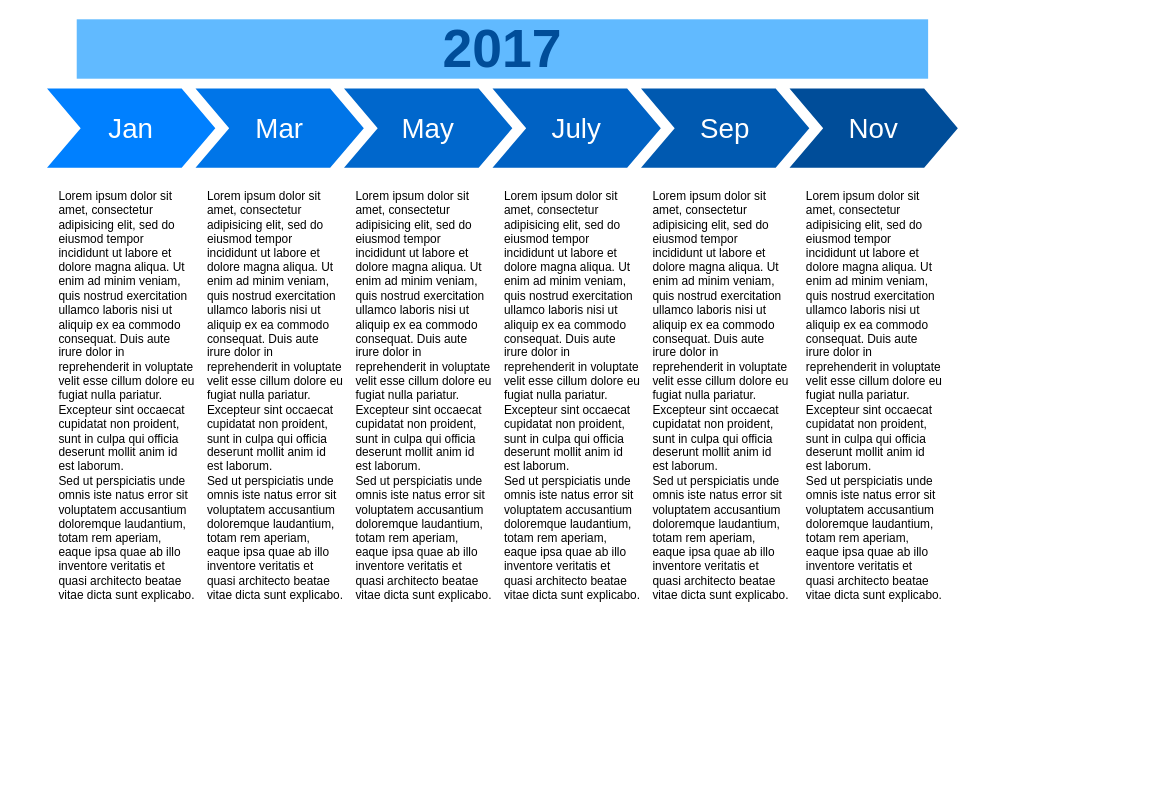
kiethoang1411/PasswordManager keeps this draw.io diagram as Untitled Diagram.drawio. Above is the earlier version. Source tidied: cells renumbered, new cells numbered last; positions are measured from the earlier drawing's top-left corner, leaving out a move shared by most shapes. Both pictures are drawn from the tidied source at 99%, with x=0, y=0 at pixel (47, 19).
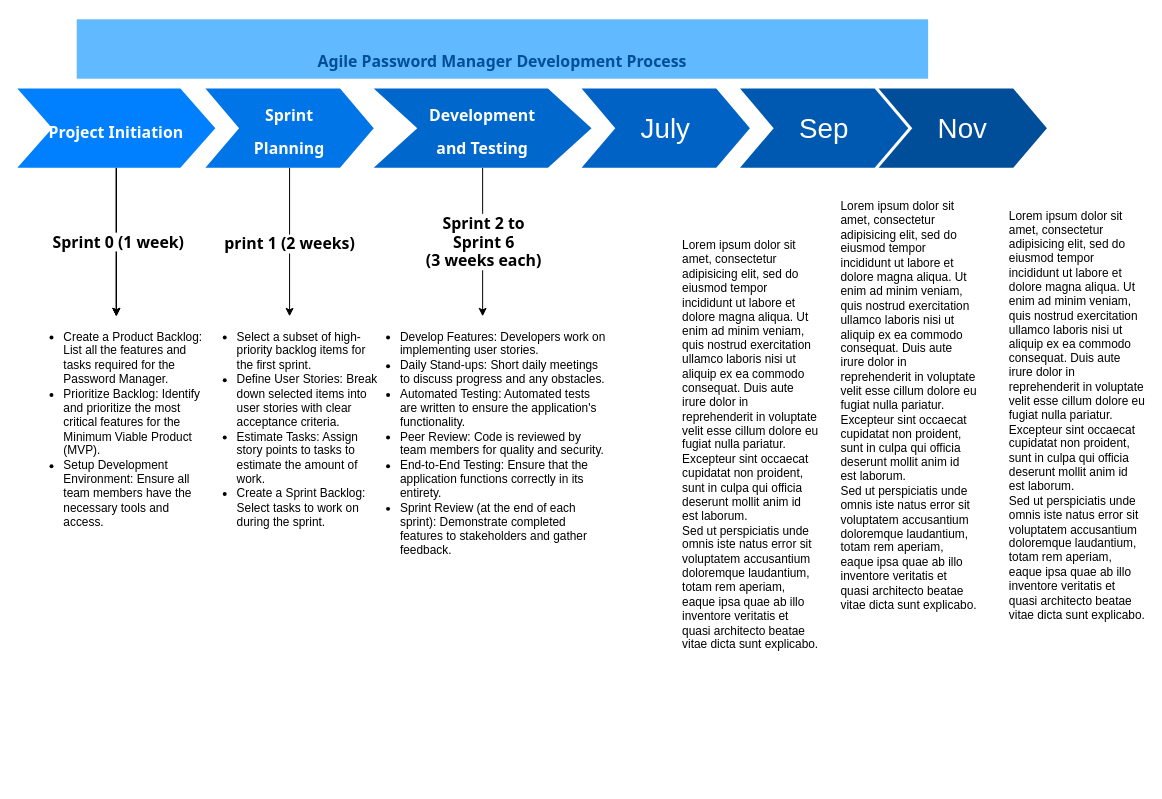
After the change.

Change to the diagram source:
```diff
@@
+    <mxCell id="15" style="edgeStyle=orthogonalEdgeStyle;rounded=0;jettySize=auto;html=1;" parent="1" edge="1" source="2" target="9">
+      <mxGeometry relative="1" as="geometry" />
+    </mxCell>
+    <mxCell id="16" style="edgeStyle=orthogonalEdgeStyle;rounded=0;jettySize=auto;html=1;" parent="1" edge="1" source="2" target="9">
+      <mxGeometry relative="1" as="geometry" />
+    </mxCell>
+    <mxCell id="17" style="edgeStyle=orthogonalEdgeStyle;rounded=0;jettySize=auto;html=1;" parent="1" edge="1" source="2" target="9">
+      <mxGeometry relative="1" as="geometry" />
+    </mxCell>
+    <mxCell id="18" value="&lt;strong style=&quot;font-size: 16px; border: 0px solid rgb(217, 217, 227); box-sizing: border-box; margin-top: 1.25em; font-family: Söhne, ui-sans-serif, system-ui, -apple-system, &amp;quot;Segoe UI&amp;quot;, Roboto, Ubuntu, Cantarell, &amp;quot;Noto Sans&amp;quot;, sans-serif, &amp;quot;Helvetica Neue&amp;quot;, Arial, &amp;quot;Apple Color Emoji&amp;quot;, &amp;quot;Segoe UI Emoji&amp;quot;, &amp;quot;Segoe UI Symbol&amp;quot;, &amp;quot;Noto Color Emoji&amp;quot;; text-align: left;&quot;&gt;Sprint 0 (1 week)&lt;/strong&gt;" style="edgeLabel;html=1;align=center;verticalAlign=middle;" parent="17" vertex="1">
+      <mxGeometry x="-0.02" y="1" relative="1" as="geometry" />
+    </mxCell>
-    <mxCell id="2" value="Jan" style="shape=step;whiteSpace=wrap;html=1;fontSize=28;fillColor=#0080FF;fontColor=#FFFFFF;strokeColor=none;" parent="1" vertex="1">
-      <mxGeometry y="70" width="170" height="80" as="geometry" />
+    <mxCell id="2" value="&lt;strong style=&quot;caret-color: rgb(0, 0, 0); font-size: 16px; text-align: start; border: 0px solid rgb(217, 217, 227); box-sizing: border-box; font-family: Söhne, ui-sans-serif, system-ui, -apple-system, &amp;quot;Segoe UI&amp;quot;, Roboto, Ubuntu, Cantarell, &amp;quot;Noto Sans&amp;quot;, sans-serif, &amp;quot;Helvetica Neue&amp;quot;, Arial, &amp;quot;Apple Color Emoji&amp;quot;, &amp;quot;Segoe UI Emoji&amp;quot;, &amp;quot;Segoe UI Symbol&amp;quot;, &amp;quot;Noto Color Emoji&amp;quot;;&quot;&gt;Project Initiation&lt;/strong&gt;" style="shape=step;whiteSpace=wrap;html=1;fontSize=28;fillColor=#0080FF;fontColor=#FFFFFF;strokeColor=none;size=0.17647058823529413;" parent="1" vertex="1">
+      <mxGeometry x="-30" y="70" width="200" height="80" as="geometry" />
     </mxCell>
+    <mxCell id="19" style="edgeStyle=orthogonalEdgeStyle;rounded=0;jettySize=auto;html=1;" parent="1" edge="1" source="3" target="10">
+      <mxGeometry relative="1" as="geometry" />
+    </mxCell>
+    <mxCell id="20" value="&lt;strong style=&quot;font-size: 16px; border: 0px solid rgb(217, 217, 227); box-sizing: border-box; margin-top: 1.25em; font-family: Söhne, ui-sans-serif, system-ui, -apple-system, &amp;quot;Segoe UI&amp;quot;, Roboto, Ubuntu, Cantarell, &amp;quot;Noto Sans&amp;quot;, sans-serif, &amp;quot;Helvetica Neue&amp;quot;, Arial, &amp;quot;Apple Color Emoji&amp;quot;, &amp;quot;Segoe UI Emoji&amp;quot;, &amp;quot;Segoe UI Symbol&amp;quot;, &amp;quot;Noto Color Emoji&amp;quot;; text-align: left;&quot;&gt;print 1 (2 weeks)&lt;/strong&gt;" style="edgeLabel;html=1;align=center;verticalAlign=middle;" parent="19" vertex="1">
+      <mxGeometry x="0.01" y="-1" relative="1" as="geometry" />
+    </mxCell>
-    <mxCell id="3" value="Mar" style="shape=step;whiteSpace=wrap;html=1;fontSize=28;fillColor=#0075E8;fontColor=#FFFFFF;strokeColor=none;" parent="1" vertex="1">
-      <mxGeometry x="150" y="70" width="170" height="80" as="geometry" />
+    <mxCell id="3" value="&lt;strong style=&quot;caret-color: rgb(0, 0, 0); font-size: 16px; text-align: start; border: 0px solid rgb(217, 217, 227); box-sizing: border-box; font-family: Söhne, ui-sans-serif, system-ui, -apple-system, &amp;quot;Segoe UI&amp;quot;, Roboto, Ubuntu, Cantarell, &amp;quot;Noto Sans&amp;quot;, sans-serif, &amp;quot;Helvetica Neue&amp;quot;, Arial, &amp;quot;Apple Color Emoji&amp;quot;, &amp;quot;Segoe UI Emoji&amp;quot;, &amp;quot;Segoe UI Symbol&amp;quot;, &amp;quot;Noto Color Emoji&amp;quot;;&quot;&gt;Sprint &lt;br&gt;Planning&lt;/strong&gt;" style="shape=step;whiteSpace=wrap;html=1;fontSize=28;fillColor=#0075E8;fontColor=#FFFFFF;strokeColor=none;" parent="1" vertex="1">
+      <mxGeometry x="160" y="70" width="170" height="80" as="geometry" />
     </mxCell>
+    <mxCell id="21" style="edgeStyle=orthogonalEdgeStyle;rounded=0;jettySize=auto;html=1;exitX=0.5;exitY=1;exitDx=0;exitDy=0;entryX=0.5;entryY=0;entryDx=0;entryDy=0;" parent="1" edge="1" source="4" target="11">
+      <mxGeometry relative="1" as="geometry" />
+    </mxCell>
+    <mxCell id="22" value="&lt;strong style=&quot;font-size: 16px; border: 0px solid rgb(217, 217, 227); box-sizing: border-box; margin-top: 1.25em; font-family: Söhne, ui-sans-serif, system-ui, -apple-system, &amp;quot;Segoe UI&amp;quot;, Roboto, Ubuntu, Cantarell, &amp;quot;Noto Sans&amp;quot;, sans-serif, &amp;quot;Helvetica Neue&amp;quot;, Arial, &amp;quot;Apple Color Emoji&amp;quot;, &amp;quot;Segoe UI Emoji&amp;quot;, &amp;quot;Segoe UI Symbol&amp;quot;, &amp;quot;Noto Color Emoji&amp;quot;; text-align: left;&quot;&gt;Sprint 2 to &lt;br&gt;Sprint 6 &lt;br&gt;(3 weeks each)&lt;/strong&gt;" style="edgeLabel;html=1;align=center;verticalAlign=middle;" parent="21" vertex="1">
+      <mxGeometry x="-0.02" relative="1" as="geometry" />
+    </mxCell>
-    <mxCell id="4" value="May" style="shape=step;whiteSpace=wrap;html=1;fontSize=28;fillColor=#0067CC;fontColor=#FFFFFF;strokeColor=none;" parent="1" vertex="1">
-      <mxGeometry x="300" y="70" width="170" height="80" as="geometry" />
+    <mxCell id="4" value="&lt;strong style=&quot;caret-color: rgb(0, 0, 0); font-size: 16px; text-align: start; border: 0px solid rgb(217, 217, 227); box-sizing: border-box; font-family: Söhne, ui-sans-serif, system-ui, -apple-system, &amp;quot;Segoe UI&amp;quot;, Roboto, Ubuntu, Cantarell, &amp;quot;Noto Sans&amp;quot;, sans-serif, &amp;quot;Helvetica Neue&amp;quot;, Arial, &amp;quot;Apple Color Emoji&amp;quot;, &amp;quot;Segoe UI Emoji&amp;quot;, &amp;quot;Segoe UI Symbol&amp;quot;, &amp;quot;Noto Color Emoji&amp;quot;;&quot;&gt;Development &lt;br&gt;and Testing&lt;/strong&gt;" style="shape=step;whiteSpace=wrap;html=1;fontSize=28;fillColor=#0067CC;fontColor=#FFFFFF;strokeColor=none;" parent="1" vertex="1">
+      <mxGeometry x="330" y="70" width="220" height="80" as="geometry" />
     </mxCell>
     <mxCell id="5" value="July" style="shape=step;whiteSpace=wrap;html=1;fontSize=28;fillColor=#0062C4;fontColor=#FFFFFF;strokeColor=none;" parent="1" vertex="1">
-      <mxGeometry x="450" y="70" width="170" height="80" as="geometry" />
+      <mxGeometry x="540" y="70" width="170" height="80" as="geometry" />
     </mxCell>
     <mxCell id="6" value="Sep" style="shape=step;whiteSpace=wrap;html=1;fontSize=28;fillColor=#0059B0;fontColor=#FFFFFF;strokeColor=none;" parent="1" vertex="1">
-      <mxGeometry x="600" y="70" width="170" height="80" as="geometry" />
+      <mxGeometry x="700" y="70" width="170" height="80" as="geometry" />
     </mxCell>
     <mxCell id="7" value="Nov" style="shape=step;whiteSpace=wrap;html=1;fontSize=28;fillColor=#004D99;fontColor=#FFFFFF;strokeColor=none;" parent="1" vertex="1">
-      <mxGeometry x="750" y="70" width="170" height="80" as="geometry" />
+      <mxGeometry x="840" y="70" width="170" height="80" as="geometry" />
     </mxCell>
-    <mxCell id="8" value="2017" style="text;html=1;strokeColor=none;fillColor=#61BAFF;align=center;verticalAlign=middle;whiteSpace=wrap;fontSize=54;fontStyle=1;fontColor=#004D99;" parent="1" vertex="1">
+    <mxCell id="8" value="&lt;strong style=&quot;caret-color: rgb(0, 0, 0); font-size: 16px; text-align: start; border: 0px solid rgb(217, 217, 227); box-sizing: border-box; font-family: Söhne, ui-sans-serif, system-ui, -apple-system, &amp;quot;Segoe UI&amp;quot;, Roboto, Ubuntu, Cantarell, &amp;quot;Noto Sans&amp;quot;, sans-serif, &amp;quot;Helvetica Neue&amp;quot;, Arial, &amp;quot;Apple Color Emoji&amp;quot;, &amp;quot;Segoe UI Emoji&amp;quot;, &amp;quot;Segoe UI Symbol&amp;quot;, &amp;quot;Noto Color Emoji&amp;quot;;&quot;&gt;Agile Password Manager Development Process&lt;/strong&gt;" style="text;html=1;strokeColor=none;fillColor=#61BAFF;align=center;verticalAlign=middle;whiteSpace=wrap;fontSize=54;fontStyle=1;fontColor=#004D99;" parent="1" vertex="1">
       <mxGeometry x="30" width="860" height="60" as="geometry" />
     </mxCell>
-    <mxCell id="9" value="Lorem ipsum dolor sit amet, consectetur adipisicing elit, sed do eiusmod tempor incididunt ut labore et dolore magna aliqua. Ut enim ad minim veniam, quis nostrud exercitation ullamco laboris nisi ut aliquip ex ea commodo consequat. Duis aute irure dolor in reprehenderit in voluptate velit esse cillum dolore eu fugiat nulla pariatur. Excepteur sint occaecat cupidatat non proident, sunt in culpa qui officia deserunt mollit anim id est laborum.&lt;br&gt;Sed ut perspiciatis unde omnis iste natus error sit voluptatem accusantium doloremque laudantium, totam rem aperiam, eaque ipsa quae ab illo inventore veritatis et quasi architecto beatae vitae dicta sunt explicabo." style="text;spacingTop=-5;fillColor=#ffffff;whiteSpace=wrap;html=1;align=left;fontSize=12;fontFamily=Helvetica;fillColor=none;strokeColor=none;" parent="1" vertex="1">
-      <mxGeometry x="10" y="170" width="140" height="470" as="geometry" />
+    <mxCell id="9" value="&lt;div&gt;&lt;ul&gt;&lt;li&gt;Create a Product Backlog: List all the features and tasks required for the Password Manager.&lt;br&gt;&lt;/li&gt;&lt;li&gt;Prioritize Backlog: Identify and prioritize the most critical features for the Minimum Viable Product (MVP).&lt;br&gt;&lt;/li&gt;&lt;li&gt;Setup Development Environment: Ensure all team members have the necessary tools and access.&lt;br&gt;&lt;/li&gt;&lt;/ul&gt;&lt;/div&gt;" style="text;spacingTop=-5;fillColor=#ffffff;whiteSpace=wrap;html=1;align=left;fontSize=12;fontFamily=Helvetica;fillColor=none;strokeColor=none;" parent="1" vertex="1">
+      <mxGeometry x="-25" y="300" width="190" height="470" as="geometry" />
     </mxCell>
-    <mxCell id="10" value="Lorem ipsum dolor sit amet, consectetur adipisicing elit, sed do eiusmod tempor incididunt ut labore et dolore magna aliqua. Ut enim ad minim veniam, quis nostrud exercitation ullamco laboris nisi ut aliquip ex ea commodo consequat. Duis aute irure dolor in reprehenderit in voluptate velit esse cillum dolore eu fugiat nulla pariatur. Excepteur sint occaecat cupidatat non proident, sunt in culpa qui officia deserunt mollit anim id est laborum.&lt;br&gt;Sed ut perspiciatis unde omnis iste natus error sit voluptatem accusantium doloremque laudantium, totam rem aperiam, eaque ipsa quae ab illo inventore veritatis et quasi architecto beatae vitae dicta sunt explicabo." style="text;spacingTop=-5;fillColor=#ffffff;whiteSpace=wrap;html=1;align=left;fontSize=12;fontFamily=Helvetica;fillColor=none;strokeColor=none;" parent="1" vertex="1">
-      <mxGeometry x="160" y="170" width="140" height="470" as="geometry" />
+    <mxCell id="10" value="&lt;div&gt;&lt;ul&gt;&lt;li&gt;Select a subset of high-priority backlog items for the first sprint.&lt;br&gt;&lt;/li&gt;&lt;li&gt;Define User Stories: Break down selected items into user stories with clear acceptance criteria.&lt;br&gt;&lt;/li&gt;&lt;li&gt;Estimate Tasks: Assign story points to tasks to estimate the amount of work.&lt;br&gt;&lt;/li&gt;&lt;li&gt;Create a Sprint Backlog: Select tasks to work on during the sprint.&lt;br&gt;&lt;/li&gt;&lt;/ul&gt;&lt;/div&gt;" style="text;spacingTop=-5;fillColor=#ffffff;whiteSpace=wrap;html=1;align=left;fontSize=12;fontFamily=Helvetica;fillColor=none;strokeColor=none;" parent="1" vertex="1">
+      <mxGeometry x="150" y="300" width="190" height="410" as="geometry" />
     </mxCell>
-    <mxCell id="11" value="Lorem ipsum dolor sit amet, consectetur adipisicing elit, sed do eiusmod tempor incididunt ut labore et dolore magna aliqua. Ut enim ad minim veniam, quis nostrud exercitation ullamco laboris nisi ut aliquip ex ea commodo consequat. Duis aute irure dolor in reprehenderit in voluptate velit esse cillum dolore eu fugiat nulla pariatur. Excepteur sint occaecat cupidatat non proident, sunt in culpa qui officia deserunt mollit anim id est laborum.&lt;br&gt;Sed ut perspiciatis unde omnis iste natus error sit voluptatem accusantium doloremque laudantium, totam rem aperiam, eaque ipsa quae ab illo inventore veritatis et quasi architecto beatae vitae dicta sunt explicabo." style="text;spacingTop=-5;fillColor=#ffffff;whiteSpace=wrap;html=1;align=left;fontSize=12;fontFamily=Helvetica;fillColor=none;strokeColor=none;" parent="1" vertex="1">
-      <mxGeometry x="310" y="170" width="140" height="470" as="geometry" />
+    <mxCell id="11" value="&lt;div&gt;&lt;ul&gt;&lt;li&gt;Develop Features: Developers work on implementing user stories.&lt;br&gt;&lt;/li&gt;&lt;li&gt;Daily Stand-ups: Short daily meetings to discuss progress and any obstacles.&lt;br&gt;&lt;/li&gt;&lt;li&gt;Automated Testing: Automated tests are written to ensure the application's functionality.&lt;br&gt;&lt;/li&gt;&lt;li&gt;Peer Review: Code is reviewed by team members for quality and security.&lt;br&gt;&lt;/li&gt;&lt;li&gt;End-to-End Testing: Ensure that the application functions correctly in its entirety.&lt;br&gt;&lt;/li&gt;&lt;li&gt;Sprint Review (at the end of each sprint): Demonstrate completed features to stakeholders and gather feedback.&lt;br&gt;&lt;/li&gt;&lt;/ul&gt;&lt;/div&gt;" style="text;spacingTop=-5;fillColor=#ffffff;whiteSpace=wrap;html=1;align=left;fontSize=12;fontFamily=Helvetica;fillColor=none;strokeColor=none;" parent="1" vertex="1">
+      <mxGeometry x="315" y="300" width="250" height="470" as="geometry" />
     </mxCell>
     <mxCell id="12" value="Lorem ipsum dolor sit amet, consectetur adipisicing elit, sed do eiusmod tempor incididunt ut labore et dolore magna aliqua. Ut enim ad minim veniam, quis nostrud exercitation ullamco laboris nisi ut aliquip ex ea commodo consequat. Duis aute irure dolor in reprehenderit in voluptate velit esse cillum dolore eu fugiat nulla pariatur. Excepteur sint occaecat cupidatat non proident, sunt in culpa qui officia deserunt mollit anim id est laborum.&lt;br&gt;Sed ut perspiciatis unde omnis iste natus error sit voluptatem accusantium doloremque laudantium, totam rem aperiam, eaque ipsa quae ab illo inventore veritatis et quasi architecto beatae vitae dicta sunt explicabo." style="text;spacingTop=-5;fillColor=#ffffff;whiteSpace=wrap;html=1;align=left;fontSize=12;fontFamily=Helvetica;fillColor=none;strokeColor=none;" parent="1" vertex="1">
-      <mxGeometry x="460" y="170" width="140" height="470" as="geometry" />
+      <mxGeometry x="640" y="220" width="140" height="470" as="geometry" />
     </mxCell>
     <mxCell id="13" value="Lorem ipsum dolor sit amet, consectetur adipisicing elit, sed do eiusmod tempor incididunt ut labore et dolore magna aliqua. Ut enim ad minim veniam, quis nostrud exercitation ullamco laboris nisi ut aliquip ex ea commodo consequat. Duis aute irure dolor in reprehenderit in voluptate velit esse cillum dolore eu fugiat nulla pariatur. Excepteur sint occaecat cupidatat non proident, sunt in culpa qui officia deserunt mollit anim id est laborum.&lt;br&gt;Sed ut perspiciatis unde omnis iste natus error sit voluptatem accusantium doloremque laudantium, totam rem aperiam, eaque ipsa quae ab illo inventore veritatis et quasi architecto beatae vitae dicta sunt explicabo." style="text;spacingTop=-5;fillColor=#ffffff;whiteSpace=wrap;html=1;align=left;fontSize=12;fontFamily=Helvetica;fillColor=none;strokeColor=none;" parent="1" vertex="1">
-      <mxGeometry x="610" y="170" width="140" height="470" as="geometry" />
+      <mxGeometry x="800" y="180" width="140" height="470" as="geometry" />
     </mxCell>
     <mxCell id="14" value="Lorem ipsum dolor sit amet, consectetur adipisicing elit, sed do eiusmod tempor incididunt ut labore et dolore magna aliqua. Ut enim ad minim veniam, quis nostrud exercitation ullamco laboris nisi ut aliquip ex ea commodo consequat. Duis aute irure dolor in reprehenderit in voluptate velit esse cillum dolore eu fugiat nulla pariatur. Excepteur sint occaecat cupidatat non proident, sunt in culpa qui officia deserunt mollit anim id est laborum.&lt;br&gt;Sed ut perspiciatis unde omnis iste natus error sit voluptatem accusantium doloremque laudantium, totam rem aperiam, eaque ipsa quae ab illo inventore veritatis et quasi architecto beatae vitae dicta sunt explicabo." style="text;spacingTop=-5;fillColor=#ffffff;whiteSpace=wrap;html=1;align=left;fontSize=12;fontFamily=Helvetica;fillColor=none;strokeColor=none;" parent="1" vertex="1">
-      <mxGeometry x="765" y="170" width="140" height="470" as="geometry" />
+      <mxGeometry x="970" y="190" width="140" height="470" as="geometry" />
     </mxCell>
```
